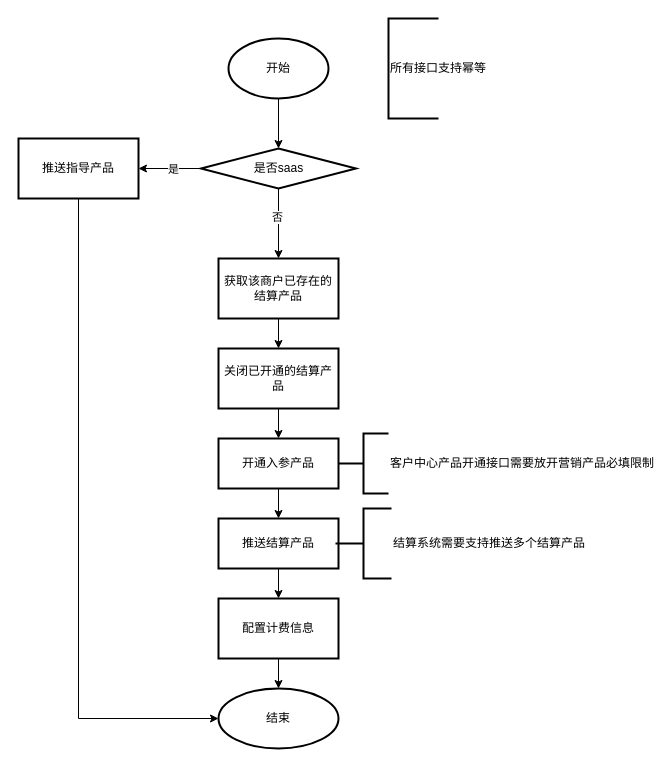
Before: page "产品开通服务流程图" (4 of 4) of 0类产品.drawio in fengyong7723131/work, a draw.io diagram. Source tidied: cells renumbered, new cells numbered last; positions are measured from the earlier drawing's top-left corner, leaving out a move shared by most shapes. Both pictures are drawn from the tidied source at 100%, with x=0, y=0 at pixel (18, 18).
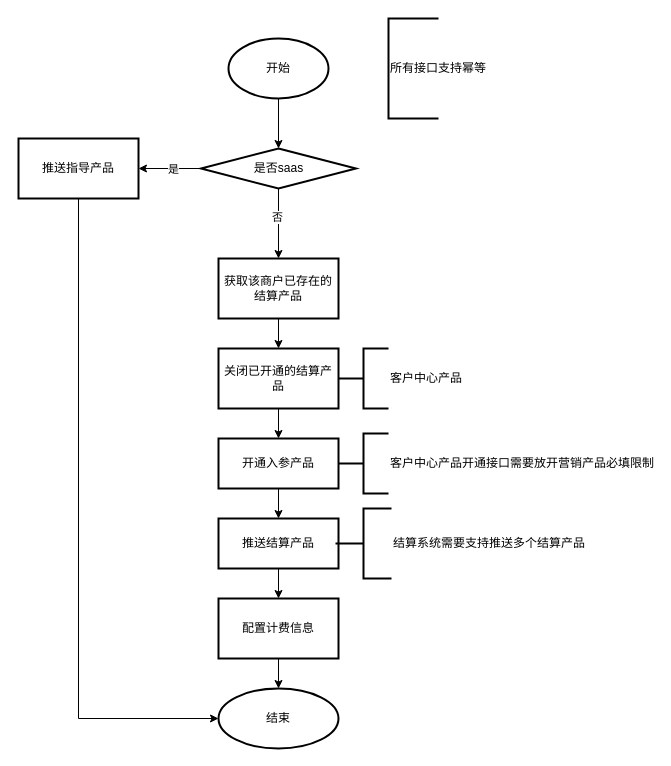
Above is the later version.

Commit message:
更新0类产品.drawio

What changed in the source:
```diff
@@
+    <mxCell id="25" value="客户中心产品" style="strokeWidth=2;html=1;shape=mxgraph.flowchart.annotation_2;align=left;labelPosition=right;" parent="1" vertex="1">
+      <mxGeometry x="320" y="330" width="50" height="60" as="geometry" />
+    </mxCell>
```
